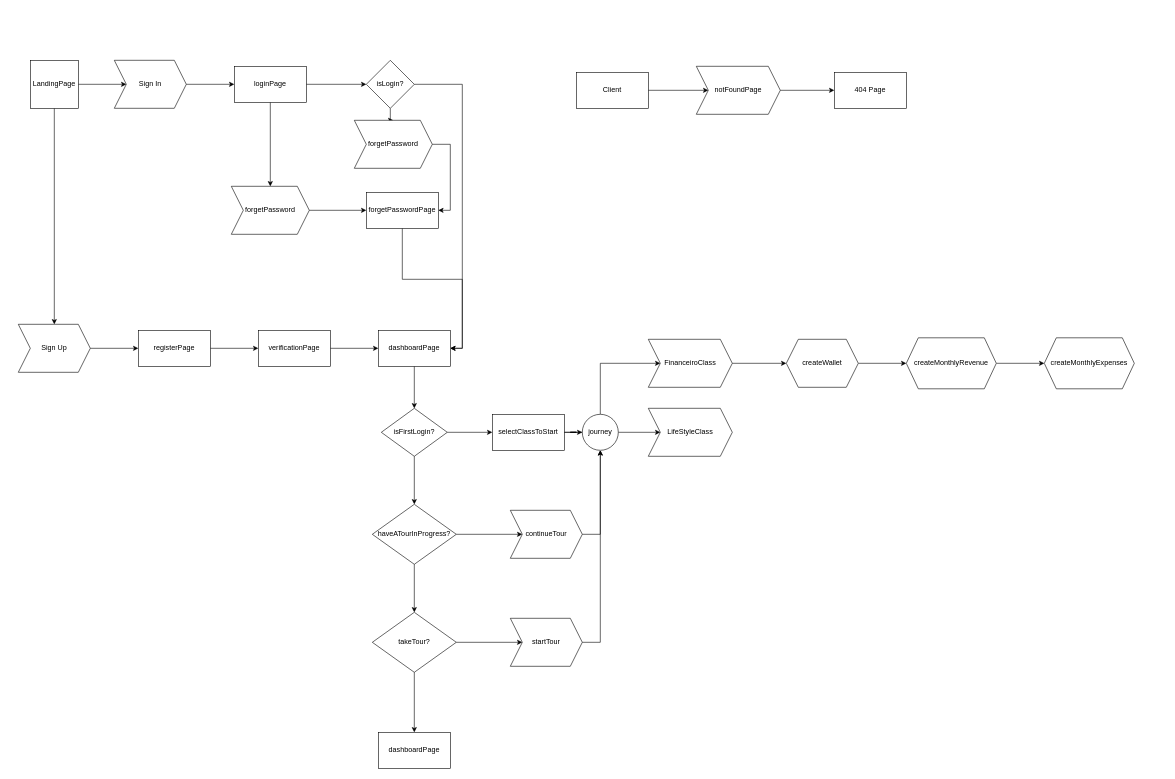
Before: Untitled Diagram.drawio in matheusantonio208/biome, a draw.io diagram. Source tidied: cells renumbered, new cells numbered last; positions are measured from the earlier drawing's top-left corner, leaving out a move shared by most shapes. Both pictures are drawn from the tidied source at 60%, with x=0, y=0 at pixel (18, 60).
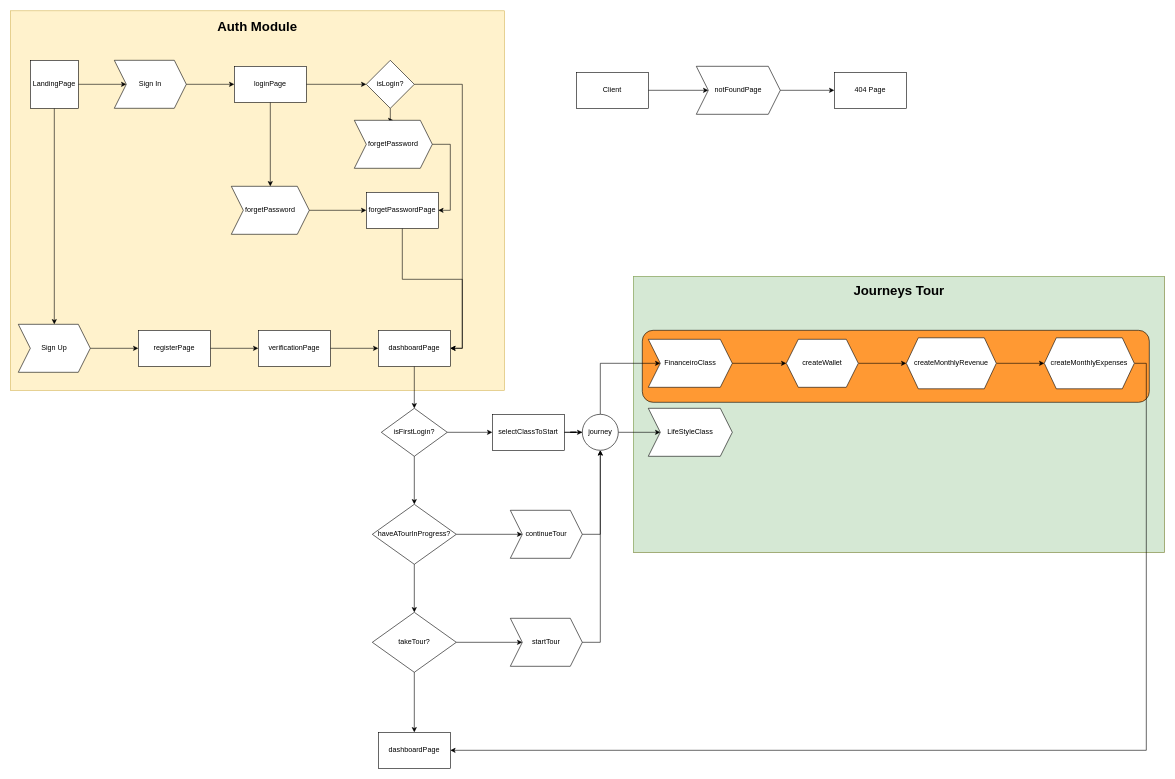
Above is the later version.

Commit message:
refactor: add sections and active produce squares

The change refers to these unchanged cells:
```xml
<mxCell id="44" value="dashboardPage" style="whiteSpace=wrap;html=1;" parent="1" vertex="1">
  <mxGeometry x="600" y="1120" width="120" height="60" as="geometry" />
</mxCell>
<mxCell id="59" value="createMonthlyExpenses" style="shape=hexagon;perimeter=hexagonPerimeter2;whiteSpace=wrap;html=1;fixedSize=1;" parent="1" vertex="1">
  <mxGeometry x="1710" y="462.5" width="150" height="85" as="geometry" />
</mxCell>
```

Change to the diagram source:
```diff
@@
+    <mxCell id="60" style="group;" parent="1" vertex="1">
+      <mxGeometry x="-13" y="-82.5" width="823" height="632.5" as="geometry" />
+    </mxCell>
+    <mxCell id="61" style="whiteSpace=wrap;html=1;fontSize=22;fillColor=#fff2cc;strokeColor=#d6b656;" parent="60" vertex="1">
+      <mxGeometry width="823" height="632.5" as="geometry" />
+    </mxCell>
+    <mxCell id="62" value="Auth Module" style="text;html=1;strokeColor=none;fillColor=none;align=center;verticalAlign=middle;whiteSpace=wrap;rounded=0;fontSize=22;fontStyle=1;" parent="60" vertex="1">
+      <mxGeometry x="203.9" y="12.5" width="415.2" height="30.1" as="geometry" />
+    </mxCell>
+    <mxCell id="63" style="group;fillColor=#FF8000;strokeColor=#b85450;" parent="1" vertex="1">
+      <mxGeometry x="1025" y="360" width="885" height="460" as="geometry" />
+    </mxCell>
+    <mxCell id="64" style="whiteSpace=wrap;html=1;fillColor=#d5e8d4;strokeColor=#82b366;" parent="63" vertex="1">
+      <mxGeometry width="885" height="460" as="geometry" />
+    </mxCell>
+    <mxCell id="65" value="Journeys Tour" style="text;html=1;strokeColor=none;fillColor=none;align=center;verticalAlign=middle;whiteSpace=wrap;rounded=0;fontSize=22;fontStyle=1;" parent="63" vertex="1">
+      <mxGeometry x="235.7" y="10" width="413.6" height="30" as="geometry" />
+    </mxCell>
+    <mxCell id="66" style="rounded=1;whiteSpace=wrap;html=1;fontSize=22;fillColor=#FF9933;" parent="63" vertex="1">
+      <mxGeometry x="15" y="90" width="845" height="120" as="geometry" />
+    </mxCell>
@@
+    <mxCell id="67" style="edgeStyle=orthogonalEdgeStyle;rounded=0;jettySize=auto;html=1;exitX=1;exitY=0.5;exitDx=0;exitDy=0;entryX=1;entryY=0.5;entryDx=0;entryDy=0;" parent="1" edge="1" source="59" target="44">
+      <mxGeometry relative="1" as="geometry" />
+    </mxCell>
```
